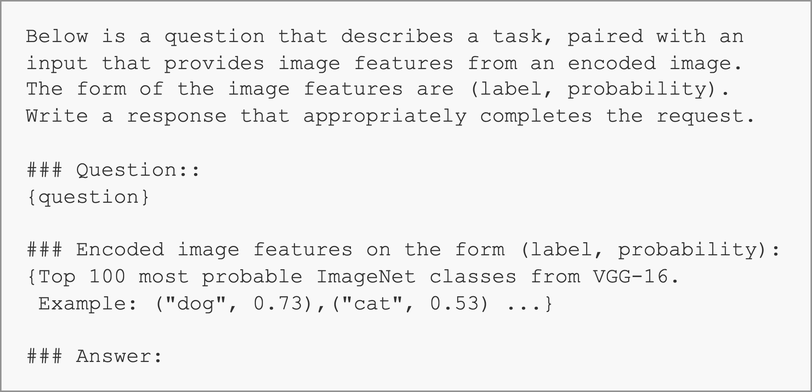
Before: images/alpaca_modified_prompt_format.png, a diagram exported from draw.io (2ec/UiO_Master_Thesis). Source tidied: cells renumbered, new cells last; positions are measured from the earlier drawing's top-left corner, leaving out a move shared by most shapes. Source of this version:
```xml
<mxGraphModel>
  <root>
    <mxCell id="0" />
    <mxCell id="1" parent="0" />
    <mxCell id="2" value="&lt;div style=&quot;font-size: 14px;&quot;&gt;&lt;font style=&quot;font-size: 14px;&quot; face=&quot;Courier New&quot;&gt;&lt;span style=&quot;background-color: initial;&quot;&gt;Below is a question that describes a task, paired with an input that provides image features from an encoded image. The form of the image features are (label, probability). Write a response that appropriately completes the request.&lt;/span&gt;&lt;br&gt;&lt;/font&gt;&lt;/div&gt;&lt;div style=&quot;font-size: 14px;&quot;&gt;&lt;font face=&quot;Courier New&quot; style=&quot;font-size: 14px;&quot;&gt;&lt;br&gt;&lt;/font&gt;&lt;/div&gt;&lt;div style=&quot;font-size: 14px;&quot;&gt;&lt;font face=&quot;Courier New&quot; style=&quot;font-size: 14px;&quot;&gt;### Question::&lt;/font&gt;&lt;/div&gt;&lt;div style=&quot;font-size: 14px;&quot;&gt;&lt;font face=&quot;Courier New&quot; style=&quot;font-size: 14px;&quot;&gt;{question}&lt;/font&gt;&lt;/div&gt;&lt;div style=&quot;font-size: 14px;&quot;&gt;&lt;font face=&quot;Courier New&quot; style=&quot;font-size: 14px;&quot;&gt;&lt;br&gt;&lt;/font&gt;&lt;/div&gt;&lt;div style=&quot;font-size: 14px;&quot;&gt;&lt;font style=&quot;font-size: 14px;&quot; face=&quot;Courier New&quot;&gt;&lt;font style=&quot;font-size: 14px;&quot;&gt;###&amp;nbsp;&lt;/font&gt;Encoded image features on the form (label, probability):&lt;/font&gt;&lt;/div&gt;&lt;div style=&quot;font-size: 14px;&quot;&gt;&lt;font style=&quot;font-size: 14px;&quot; face=&quot;Courier New&quot;&gt;{Top 100 most probable ImageNet classes from VGG-16.&lt;/font&gt;&lt;/div&gt;&lt;div style=&quot;font-size: 14px;&quot;&gt;&lt;font style=&quot;font-size: 14px;&quot; face=&quot;Courier New&quot;&gt;&amp;nbsp;Example: (&quot;dog&quot;, 0.73),(&quot;cat&quot;, 0.53) ...}&lt;/font&gt;&lt;/div&gt;&lt;div style=&quot;font-size: 14px;&quot;&gt;&lt;font face=&quot;Courier New&quot; style=&quot;font-size: 14px;&quot;&gt;&lt;br&gt;&lt;/font&gt;&lt;/div&gt;&lt;div style=&quot;font-size: 14px;&quot;&gt;&lt;font face=&quot;Courier New&quot; style=&quot;font-size: 14px;&quot;&gt;### Answer:&lt;/font&gt;&lt;/div&gt;" style="rounded=0;whiteSpace=wrap;html=1;align=left;glass=0;spacingLeft=15;spacingBottom=10;spacingRight=15;spacingTop=10;fillColor=#f5f5f5;fontColor=#333333;strokeColor=#666666;perimeterSpacing=0;opacity=70;" parent="1" vertex="1">
      <mxGeometry width="540" height="260" as="geometry" />
    </mxCell>
  </root>
</mxGraphModel>
```
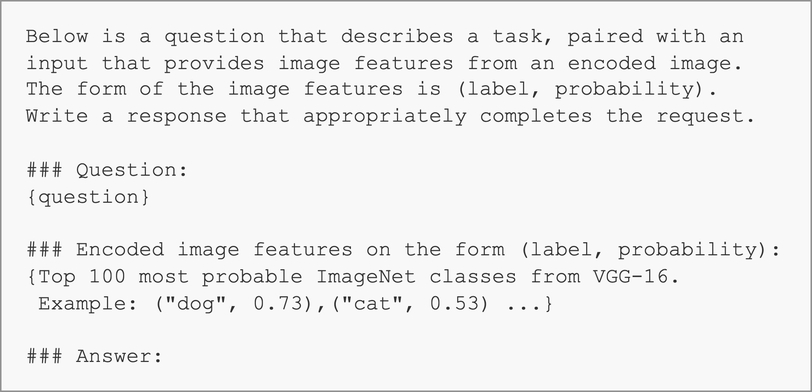
After the change.

Diff of the diagram source:
```diff
@@ -2,7 +2,7 @@
   <root>
     <mxCell id="0" />
     <mxCell id="1" parent="0" />
-    <mxCell id="2" value="&lt;div style=&quot;font-size: 14px;&quot;&gt;&lt;font style=&quot;font-size: 14px;&quot; face=&quot;Courier New&quot;&gt;&lt;span style=&quot;background-color: initial;&quot;&gt;Below is a question that describes a task, paired with an input that provides image features from an encoded image. The form of the image features are (label, probability). Write a response that appropriately completes the request.&lt;/span&gt;&lt;br&gt;&lt;/font&gt;&lt;/div&gt;&lt;div style=&quot;font-size: 14px;&quot;&gt;&lt;font face=&quot;Courier New&quot; style=&quot;font-size: 14px;&quot;&gt;&lt;br&gt;&lt;/font&gt;&lt;/div&gt;&lt;div style=&quot;font-size: 14px;&quot;&gt;&lt;font face=&quot;Courier New&quot; style=&quot;font-size: 14px;&quot;&gt;### Question::&lt;/font&gt;&lt;/div&gt;&lt;div style=&quot;font-size: 14px;&quot;&gt;&lt;font face=&quot;Courier New&quot; style=&quot;font-size: 14px;&quot;&gt;{question}&lt;/font&gt;&lt;/div&gt;&lt;div style=&quot;font-size: 14px;&quot;&gt;&lt;font face=&quot;Courier New&quot; style=&quot;font-size: 14px;&quot;&gt;&lt;br&gt;&lt;/font&gt;&lt;/div&gt;&lt;div style=&quot;font-size: 14px;&quot;&gt;&lt;font style=&quot;font-size: 14px;&quot; face=&quot;Courier New&quot;&gt;&lt;font style=&quot;font-size: 14px;&quot;&gt;###&amp;nbsp;&lt;/font&gt;Encoded image features on the form (label, probability):&lt;/font&gt;&lt;/div&gt;&lt;div style=&quot;font-size: 14px;&quot;&gt;&lt;font style=&quot;font-size: 14px;&quot; face=&quot;Courier New&quot;&gt;{Top 100 most probable ImageNet classes from VGG-16.&lt;/font&gt;&lt;/div&gt;&lt;div style=&quot;font-size: 14px;&quot;&gt;&lt;font style=&quot;font-size: 14px;&quot; face=&quot;Courier New&quot;&gt;&amp;nbsp;Example: (&quot;dog&quot;, 0.73),(&quot;cat&quot;, 0.53) ...}&lt;/font&gt;&lt;/div&gt;&lt;div style=&quot;font-size: 14px;&quot;&gt;&lt;font face=&quot;Courier New&quot; style=&quot;font-size: 14px;&quot;&gt;&lt;br&gt;&lt;/font&gt;&lt;/div&gt;&lt;div style=&quot;font-size: 14px;&quot;&gt;&lt;font face=&quot;Courier New&quot; style=&quot;font-size: 14px;&quot;&gt;### Answer:&lt;/font&gt;&lt;/div&gt;" style="rounded=0;whiteSpace=wrap;html=1;align=left;glass=0;spacingLeft=15;spacingBottom=10;spacingRight=15;spacingTop=10;fillColor=#f5f5f5;fontColor=#333333;strokeColor=#666666;perimeterSpacing=0;opacity=70;" parent="1" vertex="1">
+    <mxCell id="2" value="&lt;div style=&quot;font-size: 14px;&quot;&gt;&lt;font style=&quot;font-size: 14px;&quot; face=&quot;Courier New&quot;&gt;&lt;span style=&quot;background-color: initial;&quot;&gt;Below is a question that describes a task, paired with an input that provides image features from an encoded image. The form of the image features is (label, probability). Write a response that appropriately completes the request.&lt;/span&gt;&lt;br&gt;&lt;/font&gt;&lt;/div&gt;&lt;div style=&quot;font-size: 14px;&quot;&gt;&lt;font face=&quot;Courier New&quot; style=&quot;font-size: 14px;&quot;&gt;&lt;br&gt;&lt;/font&gt;&lt;/div&gt;&lt;div style=&quot;font-size: 14px;&quot;&gt;&lt;font face=&quot;Courier New&quot; style=&quot;font-size: 14px;&quot;&gt;### Question:&lt;/font&gt;&lt;/div&gt;&lt;div style=&quot;font-size: 14px;&quot;&gt;&lt;font face=&quot;Courier New&quot; style=&quot;font-size: 14px;&quot;&gt;{question}&lt;/font&gt;&lt;/div&gt;&lt;div style=&quot;font-size: 14px;&quot;&gt;&lt;font face=&quot;Courier New&quot; style=&quot;font-size: 14px;&quot;&gt;&lt;br&gt;&lt;/font&gt;&lt;/div&gt;&lt;div style=&quot;font-size: 14px;&quot;&gt;&lt;font style=&quot;font-size: 14px;&quot; face=&quot;Courier New&quot;&gt;&lt;font style=&quot;font-size: 14px;&quot;&gt;###&amp;nbsp;&lt;/font&gt;Encoded image features on the form (label, probability):&lt;/font&gt;&lt;/div&gt;&lt;div style=&quot;font-size: 14px;&quot;&gt;&lt;font style=&quot;font-size: 14px;&quot; face=&quot;Courier New&quot;&gt;{Top 100 most probable ImageNet classes from VGG-16.&lt;/font&gt;&lt;/div&gt;&lt;div style=&quot;font-size: 14px;&quot;&gt;&lt;font style=&quot;font-size: 14px;&quot; face=&quot;Courier New&quot;&gt;&amp;nbsp;Example: (&quot;dog&quot;, 0.73),(&quot;cat&quot;, 0.53) ...}&lt;/font&gt;&lt;/div&gt;&lt;div style=&quot;font-size: 14px;&quot;&gt;&lt;font face=&quot;Courier New&quot; style=&quot;font-size: 14px;&quot;&gt;&lt;br&gt;&lt;/font&gt;&lt;/div&gt;&lt;div style=&quot;font-size: 14px;&quot;&gt;&lt;font face=&quot;Courier New&quot; style=&quot;font-size: 14px;&quot;&gt;### Answer:&lt;/font&gt;&lt;/div&gt;" style="rounded=0;whiteSpace=wrap;html=1;align=left;glass=0;spacingLeft=15;spacingBottom=10;spacingRight=15;spacingTop=10;fillColor=#f5f5f5;fontColor=#333333;strokeColor=#666666;perimeterSpacing=0;opacity=70;" parent="1" vertex="1">
       <mxGeometry width="540" height="260" as="geometry" />
     </mxCell>
   </root>
```
